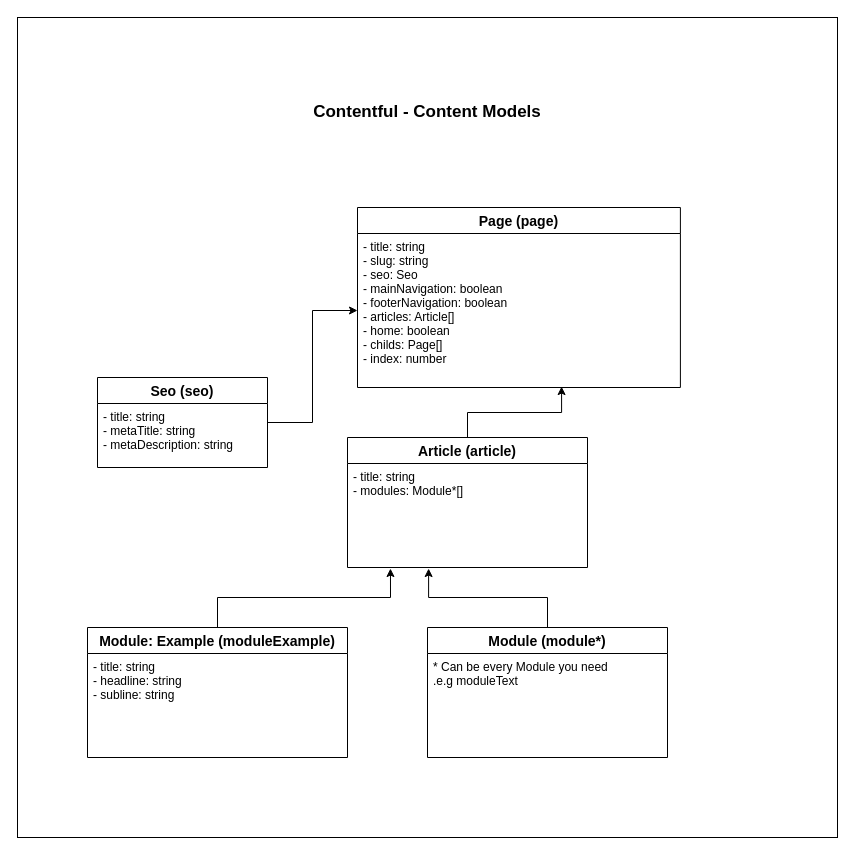
The draw.io diagram content-model.drawio in nextful/framework, before the edit. Source tidied: cells renumbered, new cells numbered last; positions are measured from the earlier drawing's top-left corner, leaving out a move shared by most shapes. Both pictures are drawn from the tidied source at 100%, with x=0, y=0 at pixel (17, 17).
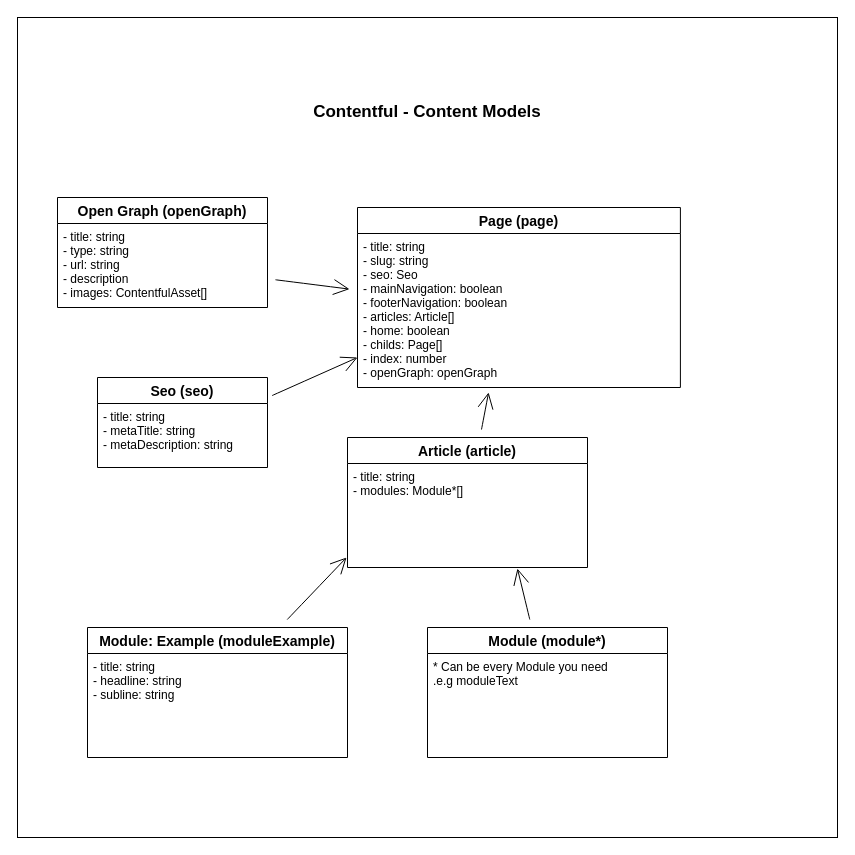
After the change.

Commit message (it also covers changes not shown here):
Update content model

The change refers to these unchanged cells:
```xml
<mxCell id="3" style="group;" parent="1" vertex="1">
  <mxGeometry x="80" y="190" width="582.9" height="550" as="geometry" />
</mxCell>
<mxCell id="4" value="Page (page)" style="swimlane;fontStyle=1;horizontal=1;startSize=26;align=center;fontSize=14;" parent="3" vertex="1">
  <mxGeometry x="260" width="322.9" height="180" as="geometry" />
</mxCell>
<mxCell id="7" value="Seo (seo)" style="swimlane;fontStyle=1;horizontal=1;startSize=26;align=center;fontSize=14;" parent="3" vertex="1">
  <mxGeometry y="170" width="170" height="90" as="geometry" />
</mxCell>
<mxCell id="8" value="- title: string&#10;- metaTitle: string&#10;- metaDescription: string" style="text;strokeColor=none;fillColor=none;spacingLeft=4;spacingRight=4;overflow=hidden;points=[[0,0.5],[1,0.5]];portConstraint=eastwest;fontSize=12;" parent="7" vertex="1">
  <mxGeometry y="26" width="170" height="64" as="geometry" />
</mxCell>
<mxCell id="10" value="Article (article)" style="swimlane;fontStyle=1;horizontal=1;startSize=26;align=center;fontSize=14;" parent="3" vertex="1">
  <mxGeometry x="250" y="230" width="240" height="130" as="geometry" />
</mxCell>
<mxCell id="11" value="- title: string&#10;- modules: Module*[]&#10;" style="text;strokeColor=none;fillColor=none;spacingLeft=4;spacingRight=4;overflow=hidden;points=[[0,0.5],[1,0.5]];portConstraint=eastwest;fontSize=12;" parent="10" vertex="1">
  <mxGeometry y="26" width="240" height="104" as="geometry" />
</mxCell>
<mxCell id="13" value="Module (module*)" style="swimlane;fontStyle=1;horizontal=1;startSize=26;align=center;fontSize=14;" parent="3" vertex="1">
  <mxGeometry x="330" y="420" width="240" height="130" as="geometry" />
</mxCell>
<mxCell id="17" value="Module: Example (moduleExample)" style="swimlane;fontStyle=1;horizontal=1;startSize=26;align=center;fontSize=14;" parent="1" vertex="1">
  <mxGeometry x="70" y="610" width="260" height="130" as="geometry" />
</mxCell>
```

Change to the diagram source:
```diff
@@
-    <mxCell id="5" value="- title: string&#10;- slug: string&#10;- seo: Seo &#10;- mainNavigation: boolean&#10;- footerNavigation: boolean&#10;- articles: Article[]&#10;- home: boolean&#10;- childs: Page[]&#10;- index: number" style="text;strokeColor=none;fillColor=none;spacingLeft=4;spacingRight=4;overflow=hidden;points=[[0,0.5],[1,0.5]];portConstraint=eastwest;fontSize=12;" parent="4" vertex="1">
+    <mxCell id="5" value="- title: string&#10;- slug: string&#10;- seo: Seo &#10;- mainNavigation: boolean&#10;- footerNavigation: boolean&#10;- articles: Article[]&#10;- home: boolean&#10;- childs: Page[]&#10;- index: number&#10;- openGraph: openGraph" style="text;strokeColor=none;fillColor=none;spacingLeft=4;spacingRight=4;overflow=hidden;points=[[0,0.5],[1,0.5]];portConstraint=eastwest;fontSize=12;" parent="4" vertex="1">
       <mxGeometry y="26" width="322.9" height="154" as="geometry" />
     </mxCell>
-    <mxCell id="6" style="edgeStyle=orthogonalEdgeStyle;rounded=0;jettySize=auto;html=1;" parent="3" edge="1" source="7" target="5">
-      <mxGeometry relative="1" as="geometry" />
-    </mxCell>
@@
-    <mxCell id="9" style="edgeStyle=orthogonalEdgeStyle;rounded=0;jettySize=auto;html=1;entryX=0.632;entryY=0.994;entryDx=0;entryDy=0;entryPerimeter=0;" parent="3" edge="1" source="10" target="5">
+    <mxCell id="9" style="edgeStyle=none;curved=1;rounded=0;jettySize=auto;html=1;entryX=0.406;entryY=1.032;entryDx=0;entryDy=0;entryPerimeter=0;endArrow=open;startSize=14;endSize=14;sourcePerimeterSpacing=8;targetPerimeterSpacing=8;" parent="3" edge="1" source="10" target="5">
       <mxGeometry relative="1" as="geometry" />
     </mxCell>
@@
-    <mxCell id="12" style="edgeStyle=orthogonalEdgeStyle;rounded=0;jettySize=auto;html=1;entryX=0.338;entryY=1.01;entryDx=0;entryDy=0;entryPerimeter=0;" parent="3" edge="1" source="13" target="11">
+    <mxCell id="12" style="edgeStyle=none;curved=1;rounded=0;jettySize=auto;html=1;entryX=0.708;entryY=1.01;entryDx=0;entryDy=0;entryPerimeter=0;endArrow=open;startSize=14;endSize=14;sourcePerimeterSpacing=8;targetPerimeterSpacing=8;" parent="3" edge="1" source="13" target="11">
       <mxGeometry relative="1" as="geometry" />
     </mxCell>
@@
-    <mxCell id="16" style="edgeStyle=orthogonalEdgeStyle;rounded=0;jettySize=auto;html=1;entryX=0.179;entryY=1.01;entryDx=0;entryDy=0;entryPerimeter=0;" parent="1" edge="1" source="17" target="11">
+    <mxCell id="16" style="edgeStyle=none;curved=1;rounded=0;jettySize=auto;html=1;entryX=-0.004;entryY=0.904;entryDx=0;entryDy=0;entryPerimeter=0;endArrow=open;startSize=14;endSize=14;sourcePerimeterSpacing=8;targetPerimeterSpacing=8;" parent="1" edge="1" source="17" target="11">
       <mxGeometry relative="1" as="geometry" />
     </mxCell>
@@
+    <mxCell id="19" value="Open Graph (openGraph)" style="swimlane;fontStyle=1;horizontal=1;startSize=26;align=center;fontSize=14;" parent="1" vertex="1">
+      <mxGeometry x="40" y="180" width="210" height="110" as="geometry" />
+    </mxCell>
+    <mxCell id="20" value="- title: string&#10;- type: string&#10;- url: string&#10;- description&#10;- images: ContentfulAsset[]" style="text;strokeColor=none;fillColor=none;spacingLeft=4;spacingRight=4;overflow=hidden;points=[[0,0.5],[1,0.5]];portConstraint=eastwest;fontSize=12;" parent="19" vertex="1">
+      <mxGeometry y="26" width="210" height="84" as="geometry" />
+    </mxCell>
+    <mxCell id="21" style="edgeStyle=none;curved=1;rounded=0;jettySize=auto;html=1;endArrow=open;startSize=14;endSize=14;sourcePerimeterSpacing=8;targetPerimeterSpacing=8;" parent="1" edge="1" source="20" target="5">
+      <mxGeometry relative="1" as="geometry" />
+    </mxCell>
+    <mxCell id="22" style="edgeStyle=none;curved=1;rounded=0;jettySize=auto;html=1;endArrow=open;startSize=14;endSize=14;sourcePerimeterSpacing=8;targetPerimeterSpacing=8;" parent="1" edge="1" source="8">
+      <mxGeometry relative="1" as="geometry">
+        <mxPoint x="340" y="340" as="targetPoint" />
+      </mxGeometry>
+    </mxCell>
```
